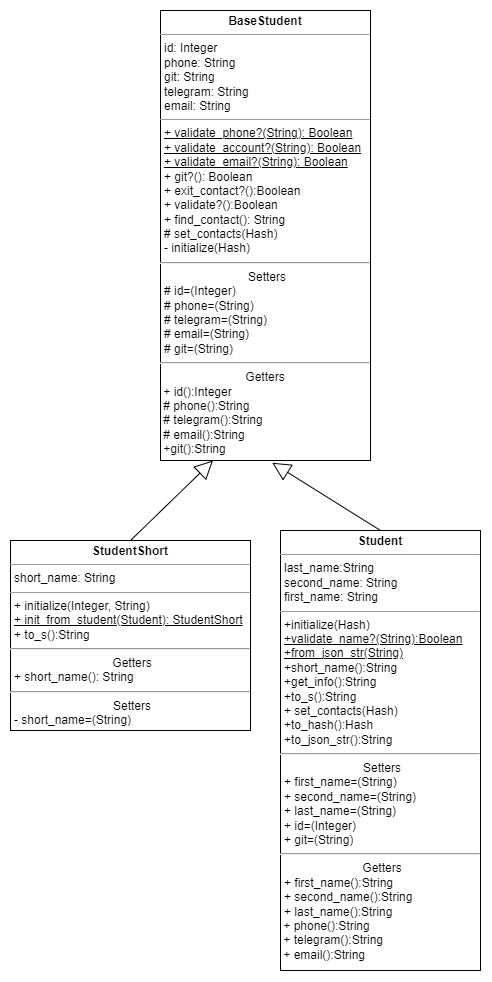
The draw.io diagram lab2/diagrams/student_diagr.png in rmyau/pattern_labs, before a commit. Source tidied: cells renumbered, new cells last; positions are measured from the earlier drawing's top-left corner, leaving out a move shared by most shapes.
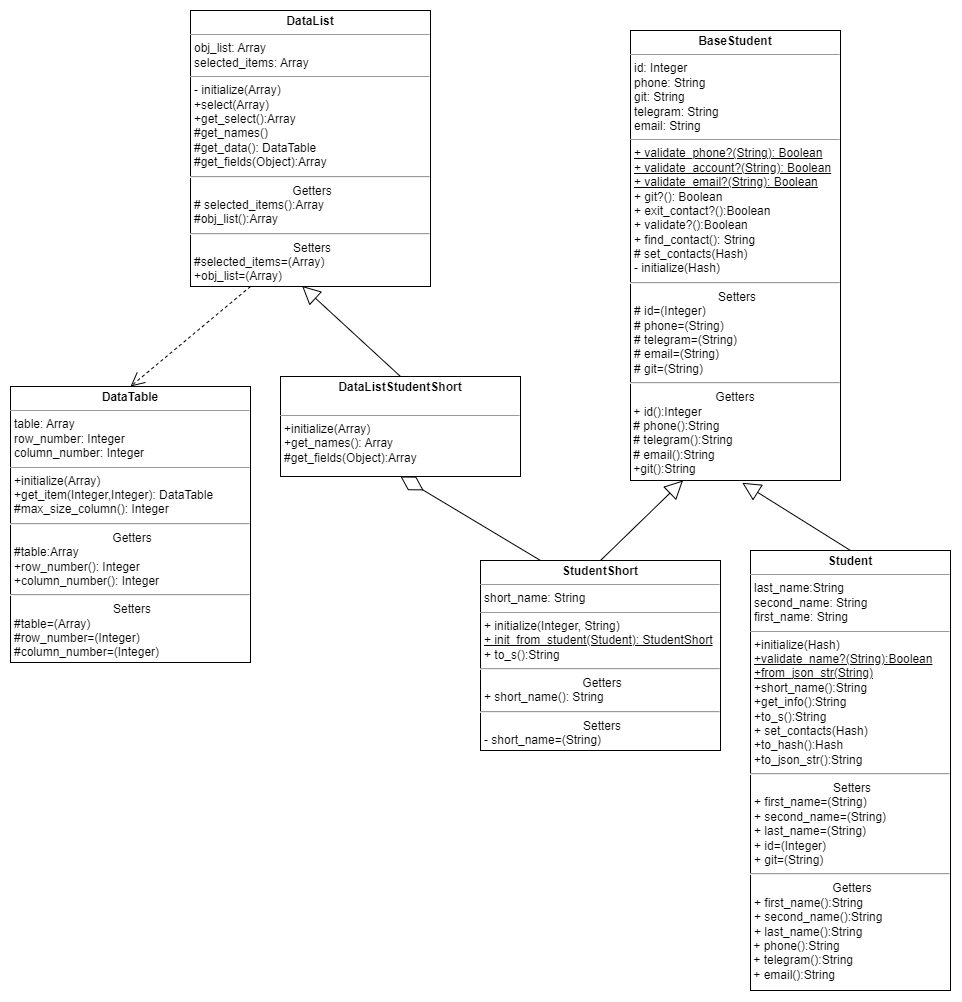
Later version of the same file.

Commit message:
Добавлена диаграмма

The edit, as a diff of the source:
```diff
@@ -17,5 +17,23 @@
     <mxCell id="6" value="&lt;p style=&quot;margin:0px;margin-top:4px;text-align:center;&quot;&gt;&lt;b&gt;StudentShort&lt;/b&gt;&lt;/p&gt;&lt;hr size=&quot;1&quot;&gt;&lt;p style=&quot;margin:0px;margin-left:4px;&quot;&gt;short_name: String&lt;/p&gt;&lt;hr size=&quot;1&quot;&gt;&lt;p style=&quot;margin:0px;margin-left:4px;&quot;&gt;+ initialize(Integer, String)&lt;/p&gt;&lt;p style=&quot;margin:0px;margin-left:4px;&quot;&gt;&lt;u&gt;+ init_from_student(Student): StudentShort&lt;/u&gt;&lt;/p&gt;&lt;p style=&quot;margin:0px;margin-left:4px;&quot;&gt;+ to_s():String&lt;/p&gt;&lt;hr&gt;&lt;p style=&quot;text-align: center; margin: 0px 0px 0px 4px;&quot;&gt;&lt;/p&gt;&lt;p style=&quot;text-align: center; margin: 0px 0px 0px 4px;&quot;&gt;Getters&lt;/p&gt;&lt;p style=&quot;margin:0px;margin-left:4px;&quot;&gt;+ short_name(): String&lt;/p&gt;&lt;hr&gt;&lt;p style=&quot;border-color: var(--border-color); text-align: center; margin: 0px 0px 0px 4px;&quot;&gt;Setters&lt;/p&gt;&lt;p style=&quot;border-color: var(--border-color); margin: 0px 0px 0px 4px;&quot;&gt;- short_name=(String)&lt;/p&gt;" style="verticalAlign=top;align=left;overflow=fill;fontSize=12;fontFamily=Helvetica;html=1;whiteSpace=wrap;" parent="1" vertex="1">
       <mxGeometry y="530" width="240" height="190" as="geometry" />
     </mxCell>
+    <mxCell id="7" value="&lt;p style=&quot;margin:0px;margin-top:4px;text-align:center;&quot;&gt;&lt;b&gt;DataList&lt;/b&gt;&lt;/p&gt;&lt;hr size=&quot;1&quot;&gt;&lt;p style=&quot;margin:0px;margin-left:4px;&quot;&gt;obj_list: Array&lt;/p&gt;&lt;p style=&quot;margin:0px;margin-left:4px;&quot;&gt;selected_items: Array&lt;/p&gt;&lt;hr size=&quot;1&quot;&gt;&lt;p style=&quot;margin:0px;margin-left:4px;&quot;&gt;- initialize(Array)&lt;/p&gt;&lt;p style=&quot;margin:0px;margin-left:4px;&quot;&gt;+select(Array)&lt;/p&gt;&lt;p style=&quot;margin:0px;margin-left:4px;&quot;&gt;+get_select():Array&lt;/p&gt;&lt;p style=&quot;margin:0px;margin-left:4px;&quot;&gt;#get_names()&lt;/p&gt;&lt;p style=&quot;margin:0px;margin-left:4px;&quot;&gt;#get_data(): DataTable&lt;/p&gt;&lt;p style=&quot;margin:0px;margin-left:4px;&quot;&gt;#get_fields(Object):Array&lt;/p&gt;&lt;hr&gt;&lt;p style=&quot;text-align: center; margin: 0px 0px 0px 4px;&quot;&gt;&lt;/p&gt;&lt;p style=&quot;text-align: center; margin: 0px 0px 0px 4px;&quot;&gt;Getters&lt;/p&gt;&lt;p style=&quot;margin:0px;margin-left:4px;&quot;&gt;# selected_items():Array&lt;/p&gt;&lt;p style=&quot;margin:0px;margin-left:4px;&quot;&gt;#obj_list():Array&lt;/p&gt;&lt;hr&gt;&lt;p style=&quot;border-color: var(--border-color); text-align: center; margin: 0px 0px 0px 4px;&quot;&gt;Setters&lt;/p&gt;&lt;p style=&quot;border-color: var(--border-color); margin: 0px 0px 0px 4px;&quot;&gt;#selected_items=(Array)&lt;/p&gt;&lt;p style=&quot;border-color: var(--border-color); margin: 0px 0px 0px 4px;&quot;&gt;+obj_list=(Array)&lt;/p&gt;" style="verticalAlign=top;align=left;overflow=fill;fontSize=12;fontFamily=Helvetica;html=1;whiteSpace=wrap;" parent="1" vertex="1">
+      <mxGeometry x="-290" y="-20" width="240" height="276" as="geometry" />
+    </mxCell>
+    <mxCell id="8" value="&lt;p style=&quot;margin:0px;margin-top:4px;text-align:center;&quot;&gt;&lt;b&gt;DataListStudentShort&lt;/b&gt;&lt;/p&gt;&lt;br&gt;&lt;hr size=&quot;1&quot;&gt;&lt;p style=&quot;margin:0px;margin-left:4px;&quot;&gt;+initialize(Array)&lt;/p&gt;&lt;p style=&quot;margin:0px;margin-left:4px;&quot;&gt;&lt;span style=&quot;background-color: initial;&quot;&gt;+get_names(): Array&lt;/span&gt;&lt;/p&gt;&lt;p style=&quot;margin:0px;margin-left:4px;&quot;&gt;#get_fields(Object):Array&lt;/p&gt;&lt;p style=&quot;text-align: center; margin: 0px 0px 0px 4px;&quot;&gt;&lt;br&gt;&lt;/p&gt;" style="verticalAlign=top;align=left;overflow=fill;fontSize=12;fontFamily=Helvetica;html=1;whiteSpace=wrap;" parent="1" vertex="1">
+      <mxGeometry x="-200" y="346" width="240" height="100" as="geometry" />
+    </mxCell>
+    <mxCell id="9" value="Extends" style="endArrow=block;endSize=16;endFill=0;html=1;rounded=0;entryX=0.465;entryY=0.998;entryDx=0;entryDy=0;entryPerimeter=0;textOpacity=0;exitX=0.5;exitY=0;exitDx=0;exitDy=0;" parent="1" edge="1" source="8" target="7">
+      <mxGeometry x="0.07" y="-15" relative="1" as="geometry" />
+    </mxCell>
+    <mxCell id="10" value="&lt;p style=&quot;margin:0px;margin-top:4px;text-align:center;&quot;&gt;&lt;b&gt;DataTable&lt;/b&gt;&lt;/p&gt;&lt;hr size=&quot;1&quot;&gt;&lt;p style=&quot;margin:0px;margin-left:4px;&quot;&gt;table: Array&lt;/p&gt;&lt;p style=&quot;margin:0px;margin-left:4px;&quot;&gt;row_number: Integer&lt;/p&gt;&lt;p style=&quot;margin:0px;margin-left:4px;&quot;&gt;column_number: Integer&lt;/p&gt;&lt;hr size=&quot;1&quot;&gt;&lt;p style=&quot;margin:0px;margin-left:4px;&quot;&gt;+initialize(Array)&lt;/p&gt;&lt;p style=&quot;margin:0px;margin-left:4px;&quot;&gt;+get_item(Integer,Integer): DataTable&lt;/p&gt;&lt;p style=&quot;margin:0px;margin-left:4px;&quot;&gt;#max_size_column(): Integer&lt;/p&gt;&lt;hr&gt;&lt;p style=&quot;text-align: center; margin: 0px 0px 0px 4px;&quot;&gt;&lt;/p&gt;&lt;p style=&quot;text-align: center; margin: 0px 0px 0px 4px;&quot;&gt;Getters&lt;/p&gt;&lt;p style=&quot;margin:0px;margin-left:4px;&quot;&gt;#table:Array&lt;/p&gt;&lt;p style=&quot;margin:0px;margin-left:4px;&quot;&gt;+row_number(): Integer&lt;/p&gt;&lt;p style=&quot;margin:0px;margin-left:4px;&quot;&gt;+column_number(): Integer&lt;/p&gt;&lt;hr&gt;&lt;p style=&quot;border-color: var(--border-color); text-align: center; margin: 0px 0px 0px 4px;&quot;&gt;Setters&lt;/p&gt;&lt;p style=&quot;border-color: var(--border-color); margin: 0px 0px 0px 4px;&quot;&gt;#table=(Array)&lt;/p&gt;&lt;p style=&quot;border-color: var(--border-color); margin: 0px 0px 0px 4px;&quot;&gt;#row_number=(Integer)&lt;/p&gt;&lt;p style=&quot;border-color: var(--border-color); margin: 0px 0px 0px 4px;&quot;&gt;#column_number=(Integer)&lt;/p&gt;" style="verticalAlign=top;align=left;overflow=fill;fontSize=12;fontFamily=Helvetica;html=1;whiteSpace=wrap;" parent="1" vertex="1">
+      <mxGeometry x="-470" y="356" width="240" height="276" as="geometry" />
+    </mxCell>
+    <mxCell id="11" value="Use" style="endArrow=open;endSize=12;dashed=1;html=1;rounded=0;entryX=0.5;entryY=0;entryDx=0;entryDy=0;exitX=0.25;exitY=1;exitDx=0;exitDy=0;textOpacity=0;" parent="1" edge="1" source="7" target="10">
+      <mxGeometry relative="1" as="geometry" />
+    </mxCell>
+    <mxCell id="12" style="endArrow=diamondThin;endFill=0;endSize=24;html=1;rounded=0;exitX=0.25;exitY=0;exitDx=0;exitDy=0;entryX=0.5;entryY=1;entryDx=0;entryDy=0;" parent="1" edge="1" source="6" target="8">
+      <mxGeometry relative="1" as="geometry" />
+    </mxCell>
   </root>
 </mxGraphModel>
```
